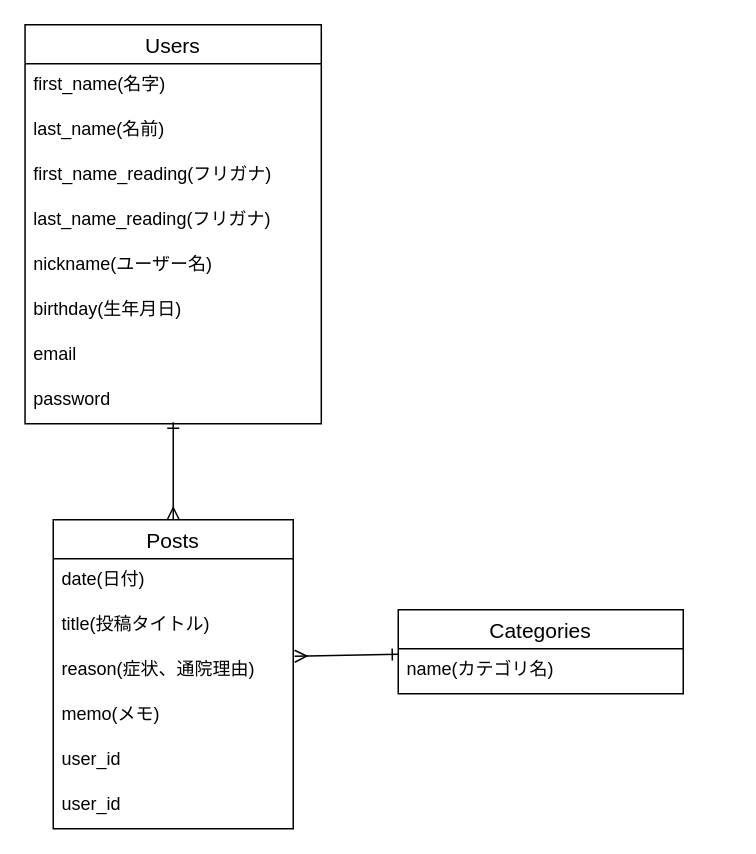
Above: calendar.dio in yamakazu88/calendar (draw.io), before the change. Source tidied: cells renumbered, new cells numbered last; positions are measured from the earlier drawing's top-left corner, leaving out a move shared by most shapes. Both pictures are drawn from the tidied source at 150%, with x=0, y=0 at pixel (24, 24).
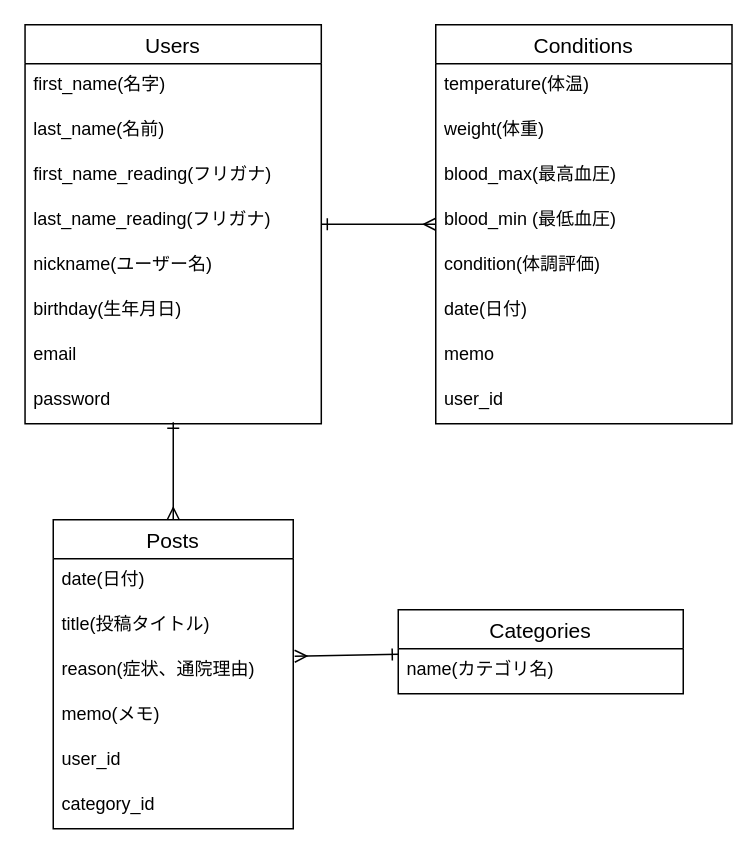
The same page after the edit.

Commit message (it also covers changes not shown here):
体調管理機能のDB設計とREADMEの作成

The change refers to these unchanged cells:
```xml
<mxCell id="2" value="Users" style="swimlane;fontStyle=0;horizontal=1;startSize=26;align=center;fontSize=14;" parent="1" vertex="1">
  <mxGeometry x="0.2" width="197.5" height="266" as="geometry" />
</mxCell>
<mxCell id="11" value="Posts" style="swimlane;fontStyle=0;horizontal=1;startSize=26;align=center;fontSize=14;" parent="1" vertex="1">
  <mxGeometry x="19" y="330" width="160" height="206" as="geometry" />
</mxCell>
```

Change to the diagram source:
```diff
@@
+    <mxCell id="22" style="rounded=0;jettySize=auto;html=1;startArrow=ERone;startFill=0;endArrow=ERmany;endFill=0;" parent="1" edge="1" source="2" target="23">
+      <mxGeometry relative="1" as="geometry" />
+    </mxCell>
@@
-    <mxCell id="17" value="user_id" style="text;strokeColor=none;fillColor=none;spacingLeft=4;spacingRight=4;overflow=hidden;fontSize=12;" parent="11" vertex="1">
+    <mxCell id="17" value="category_id" style="text;strokeColor=none;fillColor=none;spacingLeft=4;spacingRight=4;overflow=hidden;fontSize=12;" parent="11" vertex="1">
       <mxGeometry y="176" width="160" height="30" as="geometry" />
     </mxCell>
@@
+    <mxCell id="23" value="Conditions" style="swimlane;fontStyle=0;horizontal=1;startSize=26;align=center;fontSize=14;" parent="1" vertex="1">
+      <mxGeometry x="274" width="197.5" height="266" as="geometry" />
+    </mxCell>
+    <mxCell id="24" value="temperature(体温)" style="text;strokeColor=none;fillColor=none;spacingLeft=4;spacingRight=4;overflow=hidden;fontSize=12;" parent="23" vertex="1">
+      <mxGeometry y="26" width="197.5" height="30" as="geometry" />
+    </mxCell>
+    <mxCell id="25" value="weight(体重)" style="text;strokeColor=none;fillColor=none;spacingLeft=4;spacingRight=4;overflow=hidden;fontSize=12;" parent="23" vertex="1">
+      <mxGeometry y="56" width="197.5" height="30" as="geometry" />
+    </mxCell>
+    <mxCell id="26" value="blood_max(最高血圧)" style="text;strokeColor=none;fillColor=none;spacingLeft=4;spacingRight=4;overflow=hidden;fontSize=12;" parent="23" vertex="1">
+      <mxGeometry y="86" width="197.5" height="30" as="geometry" />
+    </mxCell>
+    <mxCell id="27" value="blood_min (最低血圧)" style="text;strokeColor=none;fillColor=none;spacingLeft=4;spacingRight=4;overflow=hidden;fontSize=12;" parent="23" vertex="1">
+      <mxGeometry y="116" width="197.5" height="30" as="geometry" />
+    </mxCell>
+    <mxCell id="28" value="condition(体調評価)" style="text;strokeColor=none;fillColor=none;spacingLeft=4;spacingRight=4;overflow=hidden;fontSize=12;" parent="23" vertex="1">
+      <mxGeometry y="146" width="197.5" height="30" as="geometry" />
+    </mxCell>
+    <mxCell id="29" value="date(日付)" style="text;strokeColor=none;fillColor=none;spacingLeft=4;spacingRight=4;overflow=hidden;fontSize=12;" parent="23" vertex="1">
+      <mxGeometry y="176" width="197.5" height="30" as="geometry" />
+    </mxCell>
+    <mxCell id="30" value="memo" style="text;strokeColor=none;fillColor=none;spacingLeft=4;spacingRight=4;overflow=hidden;fontSize=12;" parent="23" vertex="1">
+      <mxGeometry y="206" width="197.5" height="30" as="geometry" />
+    </mxCell>
+    <mxCell id="31" value="user_id" style="text;strokeColor=none;fillColor=none;spacingLeft=4;spacingRight=4;overflow=hidden;fontSize=12;" parent="23" vertex="1">
+      <mxGeometry y="236" width="197.5" height="30" as="geometry" />
+    </mxCell>
```
